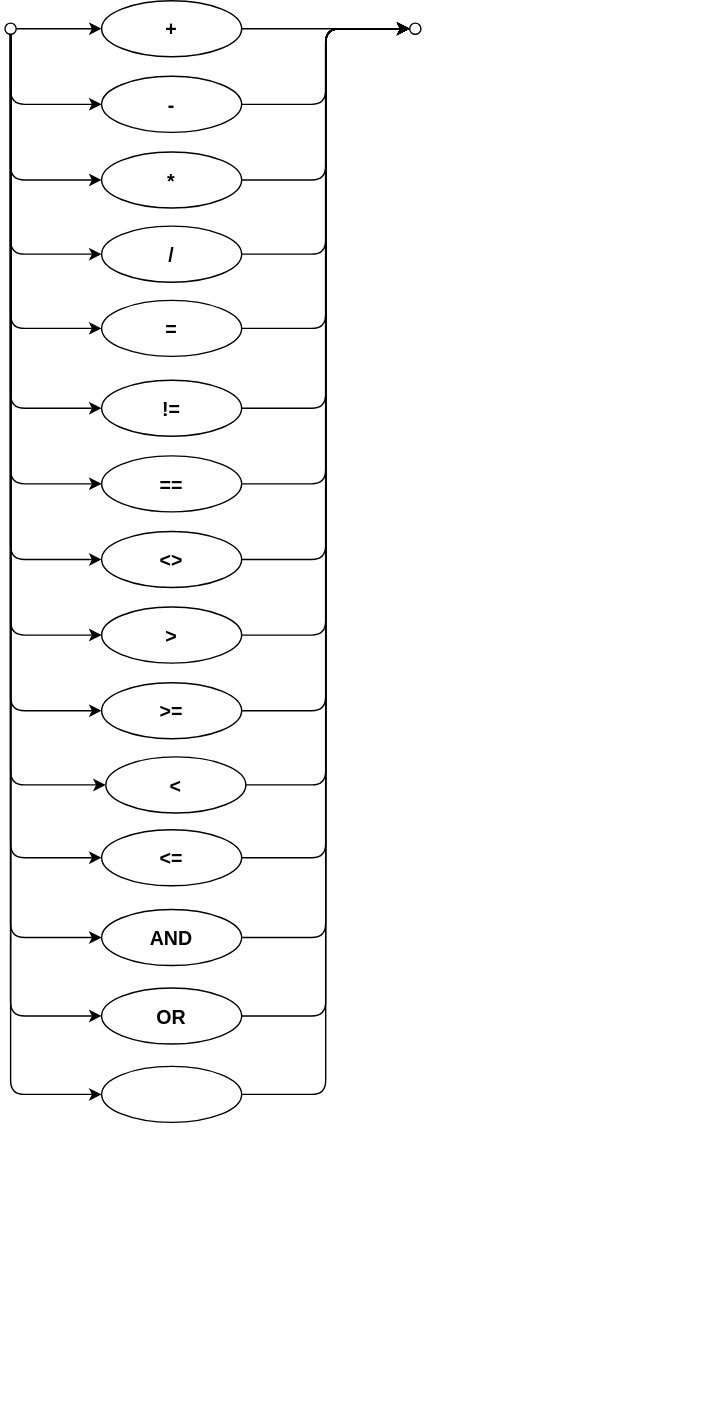
Before: assets/cxl/binary-operator.drawio.svg, a diagram exported from draw.io (capire/docs). Source tidied: cells renumbered, new cells last; positions are measured from the earlier drawing's top-left corner, leaving out a move shared by most shapes.
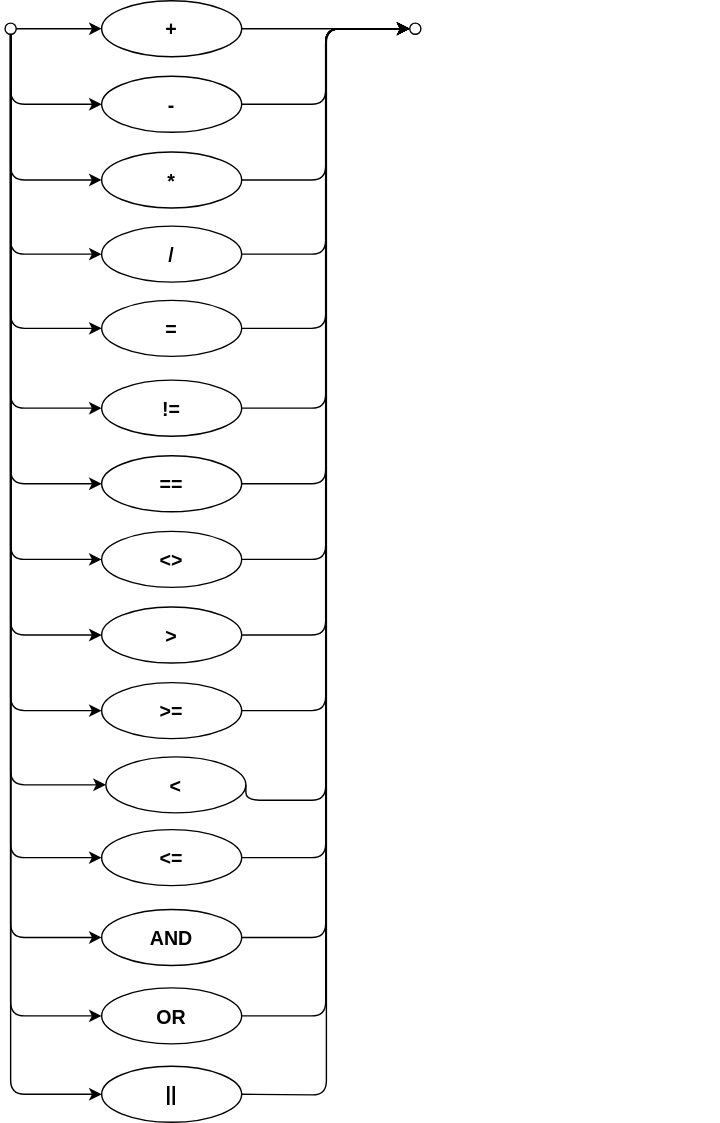
Above is the later version.

Change to the diagram source:
```diff
@@ -3,7 +3,7 @@
     <mxCell id="0" />
     <mxCell id="1" parent="0" />
     <mxCell id="2" value="Best viewed with the &lt;a href=&quot;https://github.com/ariel-bentu/tam-drawio&quot;&gt;TAM plugin&lt;/a&gt;" style="text;html=1;shape=tamPluginMissing;" parent="1" vertex="1">
-      <mxGeometry x="310" y="988" width="200" height="25" as="geometry" />
+      <mxGeometry x="310" y="161" width="200" height="25" as="geometry" />
     </mxCell>
     <mxCell id="3" style="edgeStyle=none;strokeWidth=1;fontSize=14;verticalAlign=middle;fontStyle=1;textDirection=ltr;entryX=0;entryY=0.5;entryDx=0;entryDy=0;" parent="1" edge="1" source="4" target="11">
       <mxGeometry relative="1" as="geometry" />
@@ -132,7 +132,8 @@
     <mxCell id="43" style="edgeStyle=orthogonalEdgeStyle;rounded=1;jettySize=auto;exitX=1;exitY=0.5;exitDx=0;exitDy=0;entryX=0;entryY=0.5;entryDx=0;entryDy=0;startArrow=none;startFill=0;endArrow=classic;endFill=1;startSize=6;endSize=6;align=center;fontSize=12;labelBackgroundColor=none;" parent="1" edge="1" source="21" target="6">
       <mxGeometry relative="1" as="geometry">
         <Array as="points">
-          <mxPoint x="229" y="560" />
+          <mxPoint x="172" y="571" />
+          <mxPoint x="229" y="571" />
           <mxPoint x="229" y="20" />
         </Array>
       </mxGeometry>
@@ -146,14 +147,16 @@
     <mxCell id="46" style="edgeStyle=orthogonalEdgeStyle;rounded=1;jettySize=auto;exitX=1;exitY=0.5;exitDx=0;exitDy=0;entryX=0;entryY=0.5;entryDx=0;entryDy=0;startArrow=none;startFill=0;endArrow=classic;endFill=1;startSize=6;endSize=6;align=center;fontSize=12;labelBackgroundColor=none;" parent="1" edge="1" source="24" target="6">
       <mxGeometry relative="1" as="geometry" />
     </mxCell>
-    <mxCell id="47" style="edgeStyle=orthogonalEdgeStyle;rounded=1;jettySize=auto;exitX=0.5;exitY=1;exitDx=0;exitDy=0;entryX=0;entryY=0.5;entryDx=0;entryDy=0;startArrow=none;startFill=0;endArrow=classic;endFill=1;startSize=6;endSize=6;align=center;fontSize=12;labelBackgroundColor=none;" parent="1" edge="1" source="4" target="49">
+    <mxCell id="47" style="edgeStyle=orthogonalEdgeStyle;rounded=1;jettySize=auto;exitX=0.5;exitY=1;exitDx=0;exitDy=0;entryX=0;entryY=0.5;entryDx=0;entryDy=0;startArrow=none;startFill=0;endArrow=classic;endFill=1;startSize=6;endSize=6;align=center;fontSize=12;labelBackgroundColor=none;" parent="1" edge="1" source="4" target="50">
       <mxGeometry relative="1" as="geometry" />
     </mxCell>
-    <mxCell id="48" style="edgeStyle=orthogonalEdgeStyle;rounded=1;jettySize=auto;entryX=0;entryY=0.5;entryDx=0;entryDy=0;startArrow=none;startFill=0;endArrow=classic;endFill=1;startSize=6;endSize=6;align=center;fontSize=12;labelBackgroundColor=none;exitX=1;exitY=0.5;exitDx=0;exitDy=0;" parent="1" edge="1" source="49" target="6">
-      <mxGeometry relative="1" as="geometry" />
+    <mxCell id="48" style="edgeStyle=orthogonalEdgeStyle;rounded=1;jettySize=auto;entryX=0;entryY=0.5;entryDx=0;entryDy=0;startArrow=none;startFill=0;endArrow=classic;endFill=1;startSize=6;endSize=6;align=center;fontSize=12;labelBackgroundColor=none;exitX=1;exitY=0.5;exitDx=0;exitDy=0;" parent="1" edge="1" target="6">
+      <mxGeometry relative="1" as="geometry">
+        <mxPoint x="169" y="781" as="sourcePoint" />
+      </mxGeometry>
     </mxCell>
-    <mxCell id="49" value="| |" style="ellipse;align=center;newEdgeStyle={&quot;edgeStyle&quot;:&quot;entityRelationEdgeStyle&quot;,&quot;startArrow&quot;:&quot;none&quot;,&quot;endArrow&quot;:&quot;none&quot;,&quot;segment&quot;:10,&quot;curved&quot;:1,&quot;sourcePerimeterSpacing&quot;:0,&quot;targetPerimeterSpacing&quot;:0};strokeWidth=1;fontSize=14;verticalAlign=middle;fontStyle=1;textDirection=ltr;" parent="1" vertex="1">
-      <mxGeometry x="69" y="761" width="100" height="40" as="geometry" />
-    </mxCell>
+    <mxCell id="50" value="||" style="ellipse;whiteSpace=wrap;html=1;strokeColor=default;strokeWidth=1;align=center;verticalAlign=middle;fontFamily=Helvetica;fontSize=14;fontColor=default;fontStyle=1;fillColor=default;" parent="1" vertex="1">
+      <mxGeometry x="69" y="761" width="100" height="40" as="geometry" />
+    </mxCell>
   </root>
 </mxGraphModel>
```
